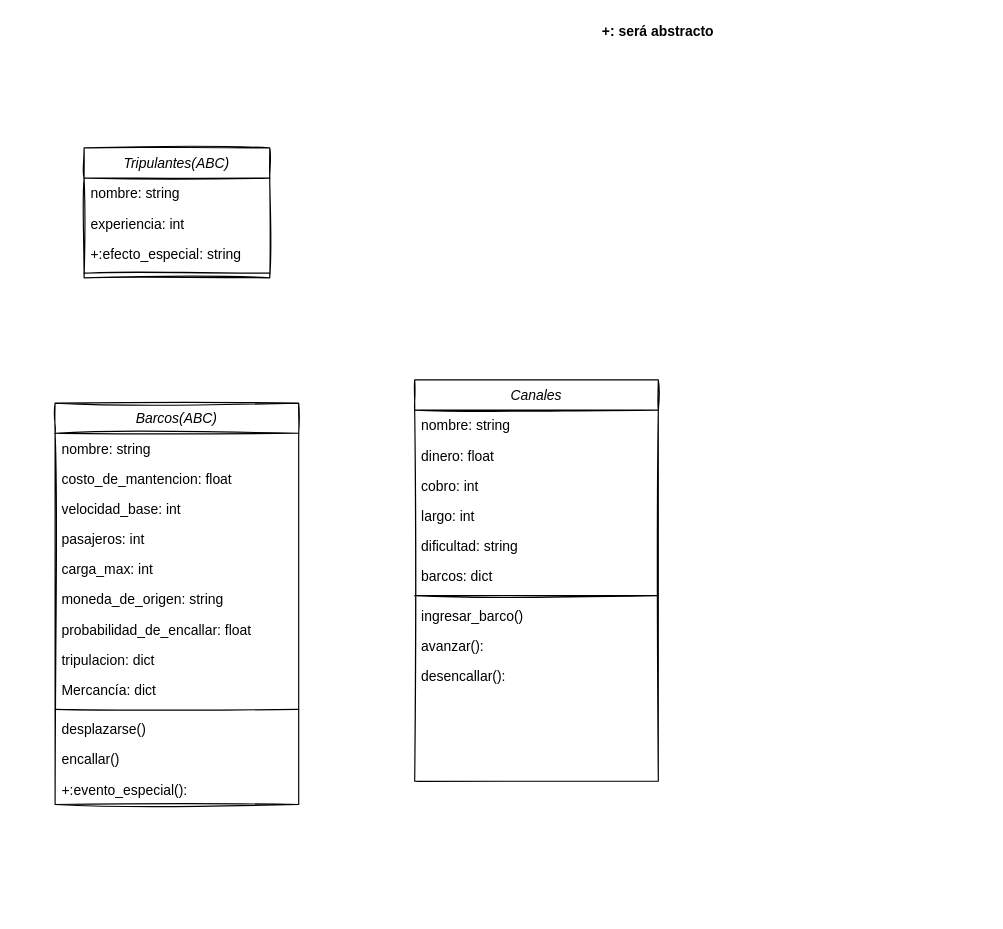
This is Untitled Diagram.drawio from bastiancortes/dotfiles, a draw.io file, before an edit. Source tidied: cells renumbered, new cells numbered last; positions are measured from the earlier drawing's top-left corner, leaving out a move shared by most shapes. Both pictures are drawn from the tidied source at 116%, with x=0, y=0 at pixel (55, 20).
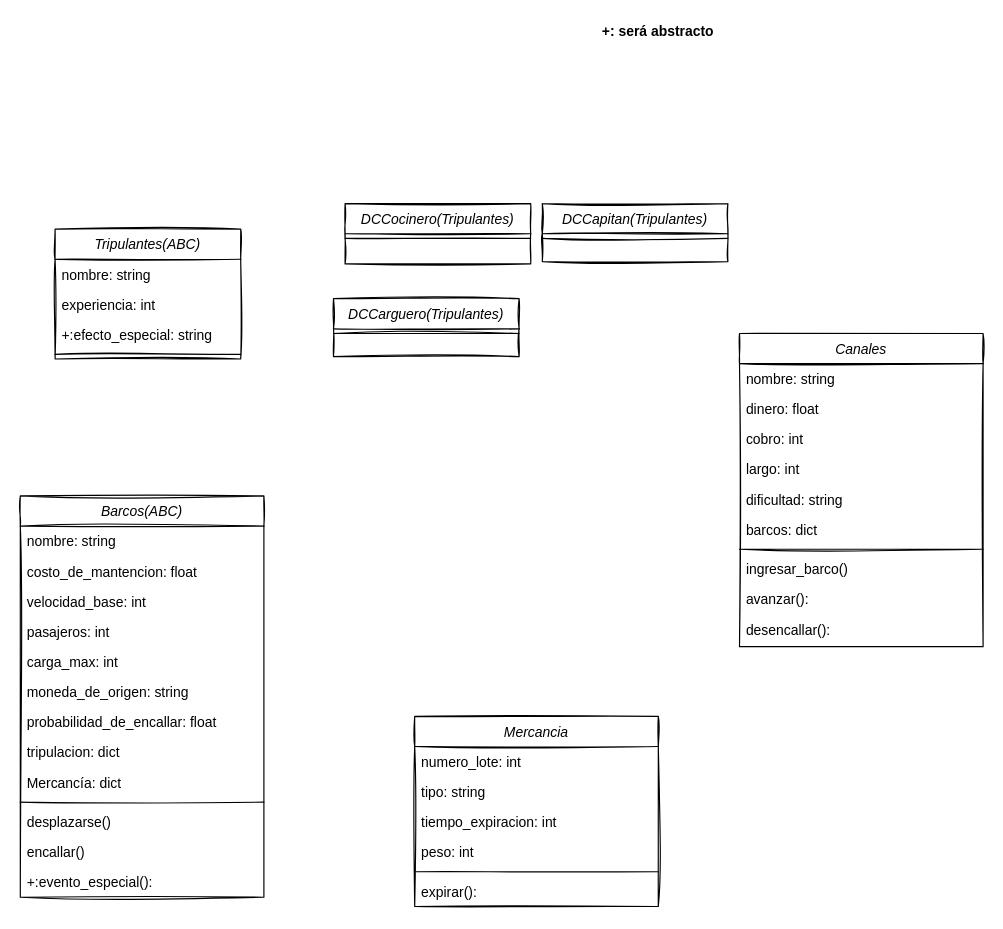
After the change.

The edit, as a diff of the source:
```diff
@@
     <mxCell id="2" value="Barcos(ABC)" style="swimlane;fontStyle=2;align=center;verticalAlign=top;horizontal=1;startSize=26;rounded=0;shadow=0;strokeWidth=1;sketch=1;" parent="1" vertex="1">
-      <mxGeometry y="330" width="210" height="346" as="geometry" />
+      <mxGeometry x="-30" y="410" width="210" height="346" as="geometry" />
     </mxCell>
@@
     <mxCell id="16" value="Tripulantes(ABC)" style="swimlane;fontStyle=2;align=center;verticalAlign=top;horizontal=1;startSize=26;rounded=0;shadow=0;strokeWidth=1;sketch=1;" parent="1" vertex="1">
-      <mxGeometry x="25" y="110" width="160" height="112" as="geometry" />
+      <mxGeometry y="180" width="160" height="112" as="geometry" />
     </mxCell>
@@
     <mxCell id="22" value="Canales" style="swimlane;fontStyle=2;align=center;verticalAlign=top;horizontal=1;startSize=26;rounded=0;shadow=0;strokeWidth=1;sketch=1;" parent="1" vertex="1">
-      <mxGeometry x="310" y="310" width="210" height="346" as="geometry" />
+      <mxGeometry x="590" y="270" width="210" height="270" as="geometry" />
     </mxCell>
@@
+    <mxCell id="33" value="Mercancia" style="swimlane;fontStyle=2;align=center;verticalAlign=top;horizontal=1;startSize=26;rounded=0;shadow=0;strokeWidth=1;sketch=1;" parent="1" vertex="1">
+      <mxGeometry x="310" y="600" width="210" height="164" as="geometry" />
+    </mxCell>
+    <mxCell id="34" value="numero_lote: int" style="text;align=left;verticalAlign=top;spacingLeft=4;spacingRight=4;overflow=hidden;sketch=1;" parent="33" vertex="1">
+      <mxGeometry y="26" width="210" height="26" as="geometry" />
+    </mxCell>
+    <mxCell id="35" value="tipo: string" style="text;align=left;verticalAlign=top;spacingLeft=4;spacingRight=4;overflow=hidden;rounded=0;shadow=0;html=0;sketch=1;" parent="33" vertex="1">
+      <mxGeometry y="52" width="210" height="26" as="geometry" />
+    </mxCell>
+    <mxCell id="36" value="tiempo_expiracion: int " style="text;align=left;verticalAlign=top;spacingLeft=4;spacingRight=4;overflow=hidden;rounded=0;shadow=0;html=0;sketch=1;" parent="33" vertex="1">
+      <mxGeometry y="78" width="210" height="26" as="geometry" />
+    </mxCell>
+    <mxCell id="37" value="peso: int " style="text;align=left;verticalAlign=top;spacingLeft=4;spacingRight=4;overflow=hidden;rounded=0;shadow=0;html=0;sketch=1;" parent="33" vertex="1">
+      <mxGeometry y="104" width="210" height="26" as="geometry" />
+    </mxCell>
+    <mxCell id="38" style="line;html=1;strokeWidth=1;align=left;verticalAlign=middle;spacingTop=-1;spacingLeft=3;spacingRight=3;labelPosition=right;sketch=1;" parent="33" vertex="1">
+      <mxGeometry y="130" width="210" height="8" as="geometry" />
+    </mxCell>
+    <mxCell id="39" value="expirar():" style="text;align=left;verticalAlign=top;spacingLeft=4;spacingRight=4;overflow=hidden;sketch=1;" parent="33" vertex="1">
+      <mxGeometry y="138" width="210" height="26" as="geometry" />
+    </mxCell>
+    <mxCell id="40" value="DCCocinero(Tripulantes)" style="swimlane;fontStyle=2;align=center;verticalAlign=top;horizontal=1;startSize=26;rounded=0;shadow=0;strokeWidth=1;sketch=1;" parent="1" vertex="1">
+      <mxGeometry x="250" y="158" width="160" height="52" as="geometry" />
+    </mxCell>
+    <mxCell id="41" style="line;html=1;strokeWidth=1;align=left;verticalAlign=middle;spacingTop=-1;spacingLeft=3;spacingRight=3;labelPosition=right;sketch=1;" parent="40" vertex="1">
+      <mxGeometry y="26" width="160" height="8" as="geometry" />
+    </mxCell>
+    <mxCell id="42" value="DCCarguero(Tripulantes)" style="swimlane;fontStyle=2;align=center;verticalAlign=top;horizontal=1;startSize=26;rounded=0;shadow=0;strokeWidth=1;sketch=1;" parent="1" vertex="1">
+      <mxGeometry x="240" y="240" width="160" height="50" as="geometry" />
+    </mxCell>
+    <mxCell id="43" style="line;html=1;strokeWidth=1;align=left;verticalAlign=middle;spacingTop=-1;spacingLeft=3;spacingRight=3;labelPosition=right;sketch=1;" parent="42" vertex="1">
+      <mxGeometry y="26" width="160" height="8" as="geometry" />
+    </mxCell>
+    <mxCell id="44" value="DCCapitan(Tripulantes)" style="swimlane;fontStyle=2;align=center;verticalAlign=top;horizontal=1;startSize=26;rounded=0;shadow=0;strokeWidth=1;sketch=1;" parent="1" vertex="1">
+      <mxGeometry x="420" y="158" width="160" height="50" as="geometry" />
+    </mxCell>
+    <mxCell id="45" style="line;html=1;strokeWidth=1;align=left;verticalAlign=middle;spacingTop=-1;spacingLeft=3;spacingRight=3;labelPosition=right;sketch=1;" parent="44" vertex="1">
+      <mxGeometry y="26" width="160" height="8" as="geometry" />
+    </mxCell>
```
